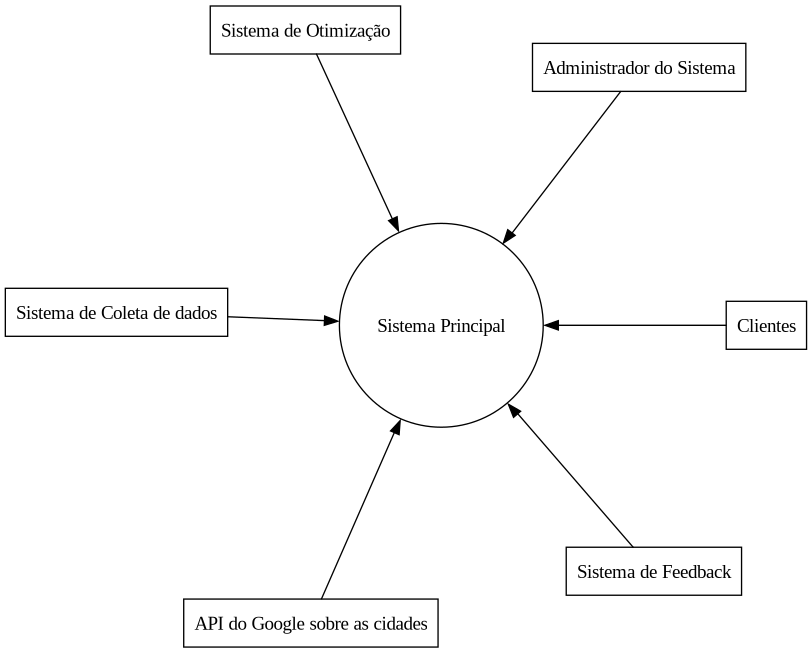
Earlier version of the Graphviz export Relatório/Semana-1/Diagramas/DFD0.png (pedrodilallo/site_turismo_SIG). Its source is kept beside it as Relatório/Semana-1/Diagramas/DFD0.gv. The source it was exported from:
```dot
@startuml
digraph dfd_nivel0 {
    layout=circo
    splines=true; esep=4;
    edge[style=solid, penwidth="1", fontsize=10,labeldistance=0];
    node[shape = record]




    sistema [label="Sistema Principal",shape=circle];



    cliente [label="Clientes"]
    sys_admin [label="Administrador do Sistema"]
    otimizador [label="Sistema de Otimização"]
    coletador [label="Sistema de Coleta de dados"]
    API [label="API do Google sobre as cidades"]
    feedback [label="Sistema de Feedback"]



    cliente -> sistema


    sys_admin -> sistema


    otimizador -> sistema


    coletador -> sistema


    API -> sistema


    feedback -> sistema

}
@enduml
```
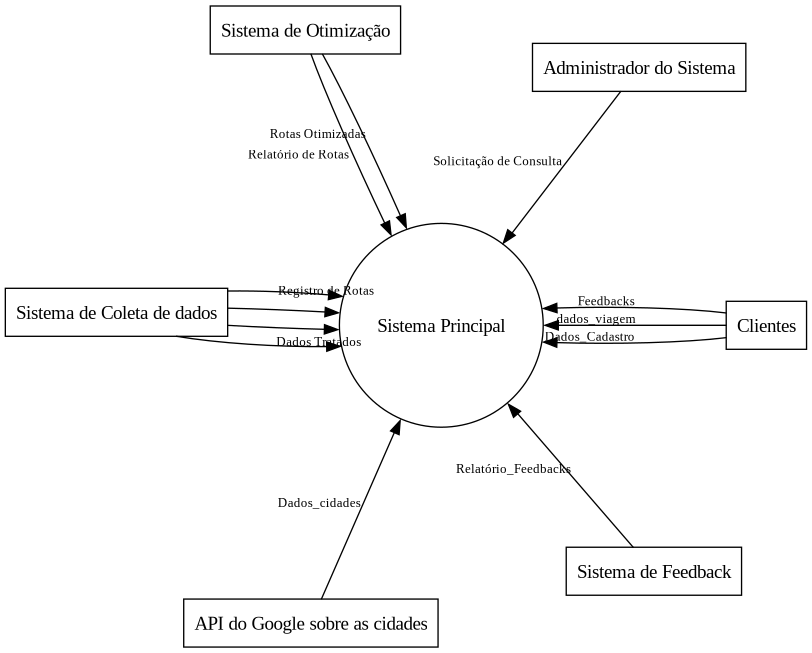
The same diagram one commit later.

Commit message:
Correções DFD

What changed in the source:
```diff
@@ -2,7 +2,7 @@
 digraph dfd_nivel0 {
     layout=circo
     splines=true; esep=4;
-    edge[style=solid, penwidth="1", fontsize=10,labeldistance=0];
+    edge[style=solid, penwidth="1", fontsize=10,labeldistance=1];
     node[shape = record]
 
 
@@ -21,22 +21,23 @@
 
 
 
-    cliente -> sistema
+    cliente -> sistema[label="Dados_Cadastro"]
+    cliente -> sistema[label="Feedbacks"]
+    cliente -> sistema[label="dados_viagem"]
 
+    sys_admin -> sistema[label="Solicitação de Consulta"]
 
-    sys_admin -> sistema
+    otimizador -> sistema[label="Rotas Otimizadas"]
+    otimizador -> sistema[label="Relatório de Rotas"]
 
+    coletador -> sistema[headlabel="Registro de Rotas    "]
+    coletador -> sistema[headlabel="Dados Tratados       "]
+    coletador -> sistema[headlabel=""]
+    coletador -> sistema[headlabel=""]
 
-    otimizador -> sistema
+    API -> sistema[label="Dados_cidades"]
 
-
-    coletador -> sistema
-
-
-    API -> sistema
-
-
-    feedback -> sistema
+    feedback -> sistema[label="Relatório_Feedbacks"]
 
 }
 @enduml
```
